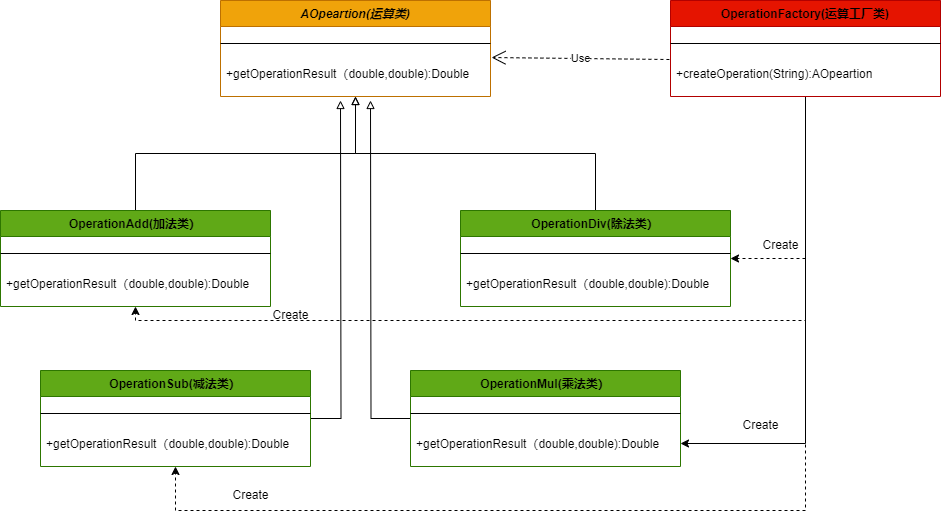
This is 简单工厂模式之简易计算器.drawio.png from uncle-Parker/picb, a draw.io export, as it was before one commit. Source tidied: cells renumbered, new cells last; positions are measured from the earlier drawing's top-left corner, leaving out a move shared by most shapes.
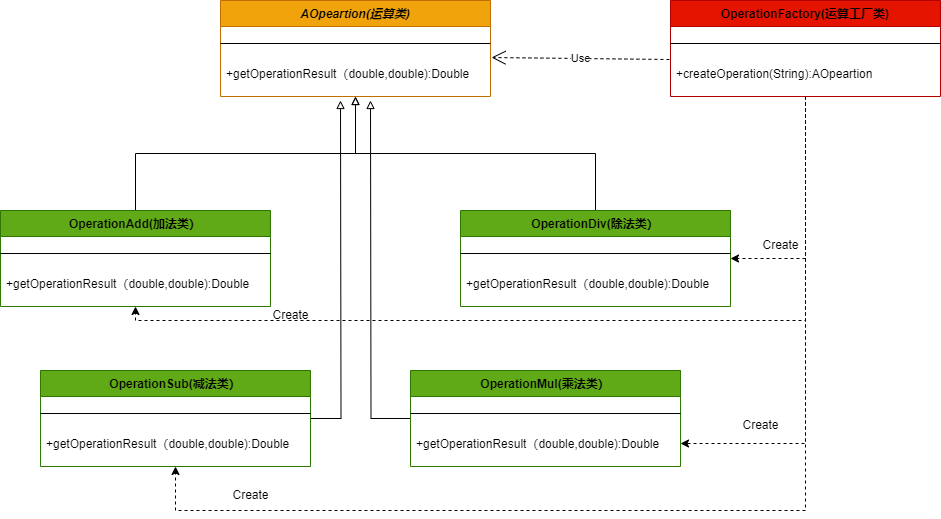
After the commit.

Commit message:
更新简单工厂模式之简易计算器.drawio.png

What changed in the source:
```diff
@@ -82,7 +82,7 @@
         </Array>
       </mxGeometry>
     </mxCell>
-    <mxCell id="24" style="edgeStyle=orthogonalEdgeStyle;rounded=0;jettySize=auto;html=1;entryX=1;entryY=0.5;entryDx=0;entryDy=0;" parent="1" edge="1" source="25" target="20">
+    <mxCell id="24" style="edgeStyle=orthogonalEdgeStyle;rounded=0;jettySize=auto;html=1;entryX=1;entryY=0.5;entryDx=0;entryDy=0;dashed=1;" parent="1" edge="1" source="25" target="20">
       <mxGeometry relative="1" as="geometry" />
     </mxCell>
     <mxCell id="25" value="OperationFactory(运算工厂类)" style="swimlane;fontStyle=1;align=center;verticalAlign=top;horizontal=1;startSize=26;rounded=0;shadow=0;strokeWidth=1;fillColor=#e51400;strokeColor=#B20000;fontColor=#000000;" parent="1" vertex="1">
```
